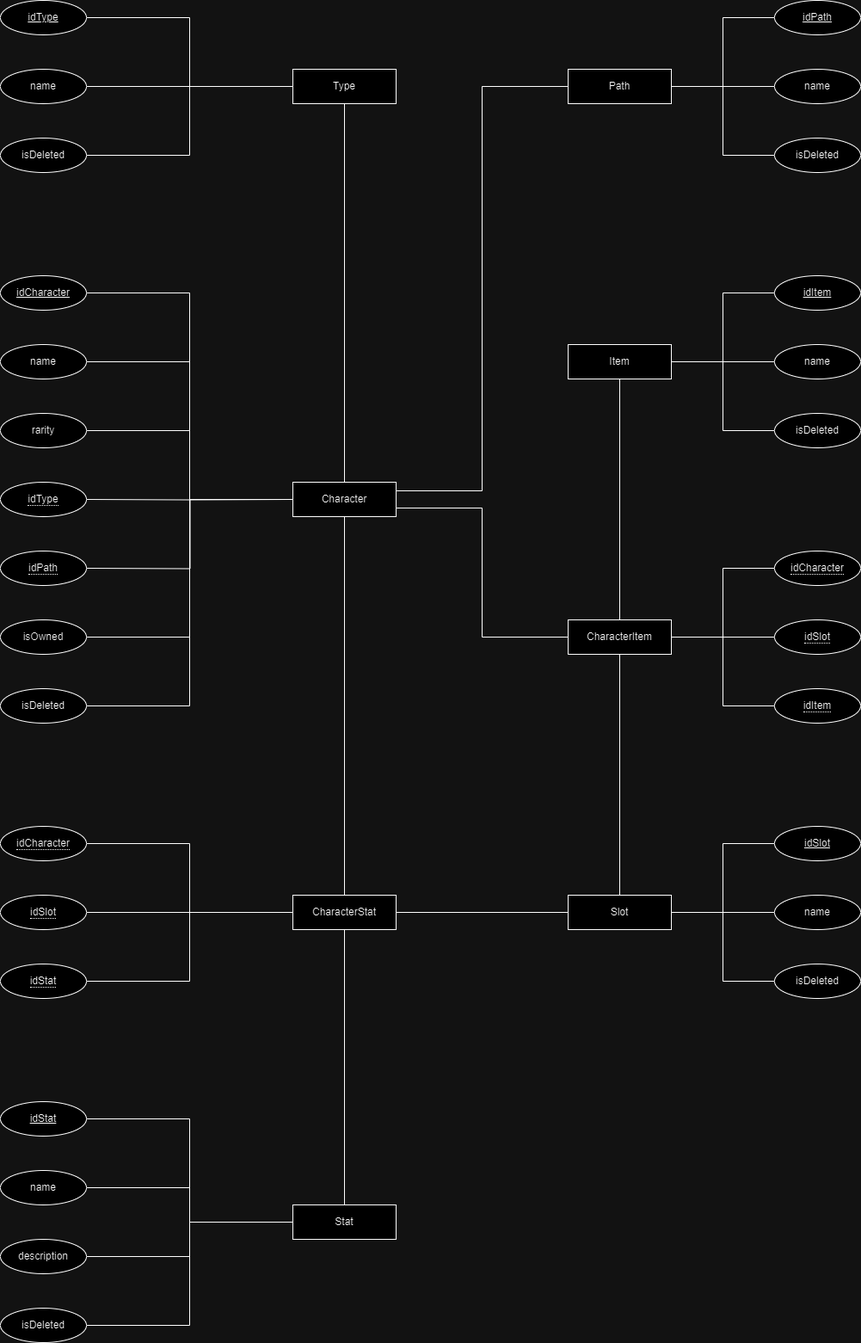
Above: HSRDB_ERDiagram.png in mabossanyi/HSRDB (draw.io), before the change. Source tidied: cells renumbered, new cells last; positions are measured from the earlier drawing's top-left corner, leaving out a move shared by most shapes.
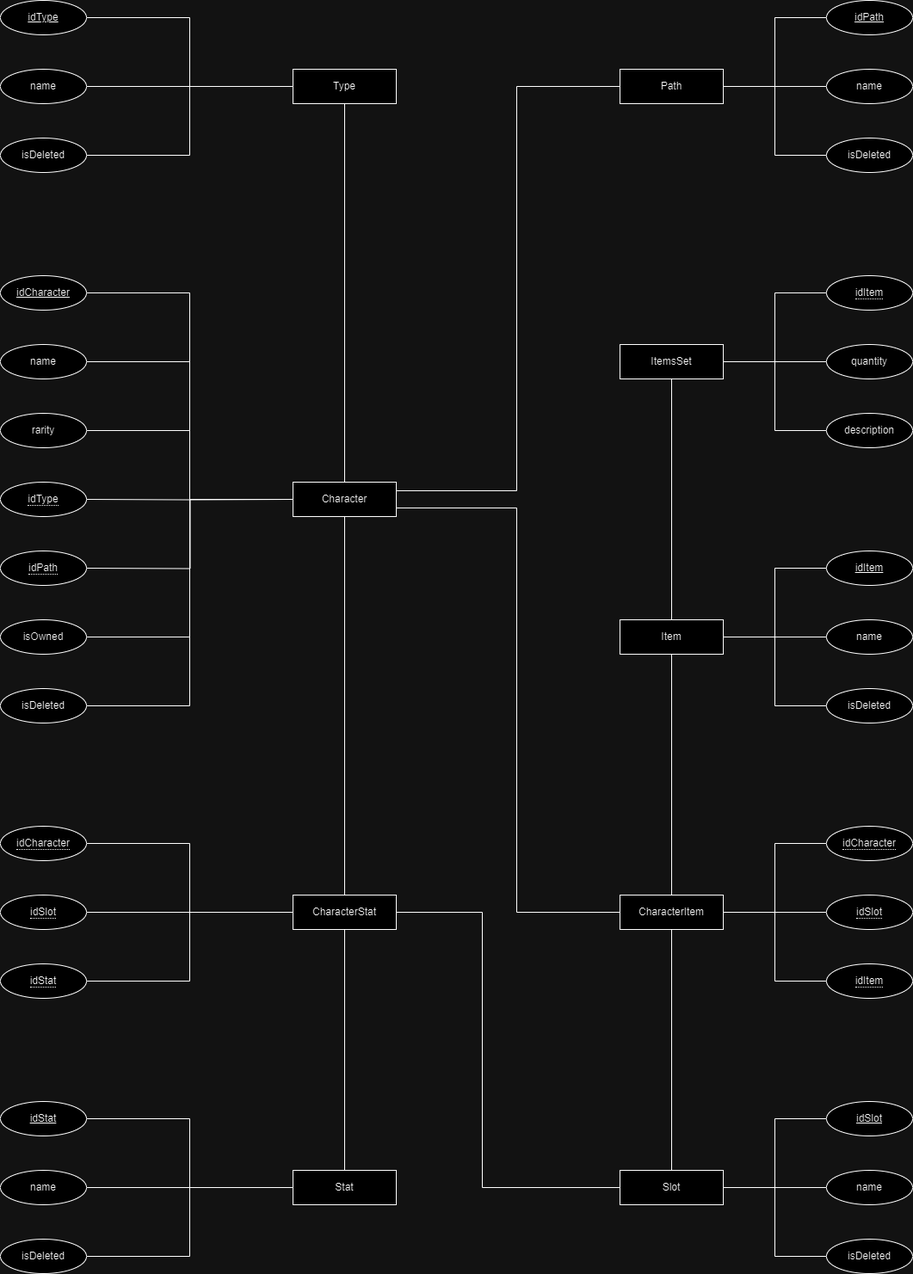
After the change.

Commit message:
Updated the files related to the ER diagram and Relational diagram for the database

The edit, as a diff of the source:
```diff
@@ -6,7 +6,12 @@
       <mxGeometry relative="1" as="geometry" />
     </mxCell>
     <mxCell id="3" style="edgeStyle=orthogonalEdgeStyle;rounded=0;jettySize=auto;html=1;exitX=1;exitY=0.75;exitDx=0;exitDy=0;entryX=0;entryY=0.5;entryDx=0;entryDy=0;endArrow=none;endFill=0;" parent="1" edge="1" source="4" target="67">
-      <mxGeometry relative="1" as="geometry" />
+      <mxGeometry relative="1" as="geometry">
+        <Array as="points">
+          <mxPoint x="600" y="590" />
+          <mxPoint x="600" y="1060" />
+        </Array>
+      </mxGeometry>
     </mxCell>
     <mxCell id="4" value="Character" style="whiteSpace=wrap;html=1;align=center;" parent="1" vertex="1">
       <mxGeometry x="340" y="560" width="120" height="40" as="geometry" />
@@ -76,25 +81,25 @@
     <mxCell id="23" style="edgeStyle=orthogonalEdgeStyle;rounded=0;jettySize=auto;html=1;exitX=0;exitY=0.5;exitDx=0;exitDy=0;entryX=1;entryY=0.25;entryDx=0;entryDy=0;endArrow=none;endFill=0;" parent="1" edge="1" source="24" target="4">
       <mxGeometry relative="1" as="geometry">
         <Array as="points">
-          <mxPoint x="560" y="100" />
-          <mxPoint x="560" y="570" />
+          <mxPoint x="600" y="100" />
+          <mxPoint x="600" y="570" />
         </Array>
       </mxGeometry>
     </mxCell>
     <mxCell id="24" value="Path" style="whiteSpace=wrap;html=1;align=center;" parent="1" vertex="1">
-      <mxGeometry x="660" y="80" width="120" height="40" as="geometry" />
+      <mxGeometry x="720" y="80" width="120" height="40" as="geometry" />
     </mxCell>
     <mxCell id="25" style="edgeStyle=orthogonalEdgeStyle;rounded=0;jettySize=auto;html=1;exitX=0;exitY=0.5;exitDx=0;exitDy=0;entryX=1;entryY=0.5;entryDx=0;entryDy=0;endArrow=none;endFill=0;" parent="1" edge="1" source="26" target="24">
       <mxGeometry relative="1" as="geometry" />
     </mxCell>
     <mxCell id="26" value="idPath" style="ellipse;whiteSpace=wrap;html=1;align=center;fontStyle=4;" parent="1" vertex="1">
-      <mxGeometry x="900" width="100" height="40" as="geometry" />
+      <mxGeometry x="960" width="100" height="40" as="geometry" />
     </mxCell>
     <mxCell id="27" style="edgeStyle=orthogonalEdgeStyle;rounded=0;jettySize=auto;html=1;exitX=0;exitY=0.5;exitDx=0;exitDy=0;entryX=1;entryY=0.5;entryDx=0;entryDy=0;endArrow=none;endFill=0;" parent="1" edge="1" source="28" target="24">
       <mxGeometry relative="1" as="geometry" />
     </mxCell>
     <mxCell id="28" value="name" style="ellipse;whiteSpace=wrap;html=1;align=center;" parent="1" vertex="1">
-      <mxGeometry x="900" y="80" width="100" height="40" as="geometry" />
+      <mxGeometry x="960" y="80" width="100" height="40" as="geometry" />
     </mxCell>
     <mxCell id="29" style="edgeStyle=orthogonalEdgeStyle;rounded=0;jettySize=auto;html=1;exitX=1;exitY=0.5;exitDx=0;exitDy=0;entryX=0;entryY=0.5;entryDx=0;entryDy=0;endArrow=none;endFill=0;" parent="1" edge="1" source="30" target="18">
       <mxGeometry relative="1" as="geometry" />
@@ -106,10 +111,10 @@
       <mxGeometry relative="1" as="geometry" />
     </mxCell>
     <mxCell id="32" value="isDeleted" style="ellipse;whiteSpace=wrap;html=1;align=center;" parent="1" vertex="1">
-      <mxGeometry x="900" y="160" width="100" height="40" as="geometry" />
+      <mxGeometry x="960" y="160" width="100" height="40" as="geometry" />
     </mxCell>
     <mxCell id="33" value="Stat" style="whiteSpace=wrap;html=1;align=center;" parent="1" vertex="1">
-      <mxGeometry x="340" y="1400" width="120" height="40" as="geometry" />
+      <mxGeometry x="340" y="1360" width="120" height="40" as="geometry" />
     </mxCell>
     <mxCell id="34" style="edgeStyle=orthogonalEdgeStyle;rounded=0;jettySize=auto;html=1;exitX=1;exitY=0.5;exitDx=0;exitDy=0;entryX=0;entryY=0.5;entryDx=0;entryDy=0;endArrow=none;endFill=0;" parent="1" edge="1" source="35" target="33">
       <mxGeometry relative="1" as="geometry" />
@@ -123,62 +128,64 @@
     <mxCell id="37" value="name" style="ellipse;whiteSpace=wrap;html=1;align=center;" parent="1" vertex="1">
       <mxGeometry y="1360" width="100" height="40" as="geometry" />
     </mxCell>
-    <mxCell id="38" style="edgeStyle=orthogonalEdgeStyle;rounded=0;jettySize=auto;html=1;exitX=1;exitY=0.5;exitDx=0;exitDy=0;entryX=0;entryY=0.5;entryDx=0;entryDy=0;endArrow=none;endFill=0;" parent="1" edge="1" source="39" target="33">
-      <mxGeometry relative="1" as="geometry" />
-    </mxCell>
-    <mxCell id="39" value="description" style="ellipse;whiteSpace=wrap;html=1;align=center;" parent="1" vertex="1">
-      <mxGeometry y="1440" width="100" height="40" as="geometry" />
-    </mxCell>
     <mxCell id="40" style="edgeStyle=orthogonalEdgeStyle;rounded=0;jettySize=auto;html=1;exitX=1;exitY=0.5;exitDx=0;exitDy=0;entryX=0;entryY=0.5;entryDx=0;entryDy=0;endArrow=none;endFill=0;" parent="1" edge="1" source="41" target="33">
       <mxGeometry relative="1" as="geometry" />
     </mxCell>
     <mxCell id="41" value="isDeleted" style="ellipse;whiteSpace=wrap;html=1;align=center;" parent="1" vertex="1">
-      <mxGeometry y="1520" width="100" height="40" as="geometry" />
+      <mxGeometry y="1440" width="100" height="40" as="geometry" />
     </mxCell>
     <mxCell id="42" value="Slot" style="whiteSpace=wrap;html=1;align=center;" parent="1" vertex="1">
-      <mxGeometry x="660" y="1040" width="120" height="40" as="geometry" />
+      <mxGeometry x="720" y="1360" width="120" height="40" as="geometry" />
     </mxCell>
     <mxCell id="43" style="edgeStyle=orthogonalEdgeStyle;rounded=0;jettySize=auto;html=1;exitX=0;exitY=0.5;exitDx=0;exitDy=0;entryX=1;entryY=0.5;entryDx=0;entryDy=0;endArrow=none;endFill=0;" parent="1" edge="1" source="44" target="42">
       <mxGeometry relative="1" as="geometry" />
     </mxCell>
     <mxCell id="44" value="idSlot" style="ellipse;whiteSpace=wrap;html=1;align=center;fontStyle=4;" parent="1" vertex="1">
-      <mxGeometry x="900" y="960" width="100" height="40" as="geometry" />
+      <mxGeometry x="960" y="1280" width="100" height="40" as="geometry" />
     </mxCell>
     <mxCell id="45" style="edgeStyle=orthogonalEdgeStyle;rounded=0;jettySize=auto;html=1;exitX=0;exitY=0.5;exitDx=0;exitDy=0;entryX=1;entryY=0.5;entryDx=0;entryDy=0;endArrow=none;endFill=0;" parent="1" edge="1" source="46" target="42">
       <mxGeometry relative="1" as="geometry" />
     </mxCell>
     <mxCell id="46" value="name" style="ellipse;whiteSpace=wrap;html=1;align=center;" parent="1" vertex="1">
-      <mxGeometry x="900" y="1040" width="100" height="40" as="geometry" />
+      <mxGeometry x="960" y="1360" width="100" height="40" as="geometry" />
     </mxCell>
     <mxCell id="47" style="edgeStyle=orthogonalEdgeStyle;rounded=0;jettySize=auto;html=1;exitX=0;exitY=0.5;exitDx=0;exitDy=0;entryX=1;entryY=0.5;entryDx=0;entryDy=0;endArrow=none;endFill=0;" parent="1" edge="1" source="48" target="42">
       <mxGeometry relative="1" as="geometry" />
     </mxCell>
     <mxCell id="48" value="isDeleted" style="ellipse;whiteSpace=wrap;html=1;align=center;" parent="1" vertex="1">
-      <mxGeometry x="900" y="1120" width="100" height="40" as="geometry" />
+      <mxGeometry x="960" y="1440" width="100" height="40" as="geometry" />
     </mxCell>
+    <mxCell id="76" style="edgeStyle=orthogonalEdgeStyle;rounded=0;jettySize=auto;html=1;exitX=0.5;exitY=0;exitDx=0;exitDy=0;entryX=0.5;entryY=1;entryDx=0;entryDy=0;endArrow=none;endFill=0;" parent="1" edge="1" source="49" target="77">
+      <mxGeometry relative="1" as="geometry" />
+    </mxCell>
     <mxCell id="49" value="Item" style="whiteSpace=wrap;html=1;align=center;" parent="1" vertex="1">
-      <mxGeometry x="660" y="400" width="120" height="40" as="geometry" />
+      <mxGeometry x="720" y="720" width="120" height="40" as="geometry" />
     </mxCell>
     <mxCell id="50" style="edgeStyle=orthogonalEdgeStyle;rounded=0;jettySize=auto;html=1;exitX=0;exitY=0.5;exitDx=0;exitDy=0;entryX=1;entryY=0.5;entryDx=0;entryDy=0;endArrow=none;endFill=0;" parent="1" edge="1" source="51" target="49">
       <mxGeometry relative="1" as="geometry" />
     </mxCell>
     <mxCell id="51" value="idItem" style="ellipse;whiteSpace=wrap;html=1;align=center;fontStyle=4;" parent="1" vertex="1">
-      <mxGeometry x="900" y="320" width="100" height="40" as="geometry" />
+      <mxGeometry x="960" y="640" width="100" height="40" as="geometry" />
     </mxCell>
     <mxCell id="52" style="edgeStyle=orthogonalEdgeStyle;rounded=0;jettySize=auto;html=1;exitX=0;exitY=0.5;exitDx=0;exitDy=0;entryX=1;entryY=0.5;entryDx=0;entryDy=0;endArrow=none;endFill=0;" parent="1" edge="1" source="53" target="49">
       <mxGeometry relative="1" as="geometry" />
     </mxCell>
     <mxCell id="53" value="name" style="ellipse;whiteSpace=wrap;html=1;align=center;" parent="1" vertex="1">
-      <mxGeometry x="900" y="400" width="100" height="40" as="geometry" />
+      <mxGeometry x="960" y="720" width="100" height="40" as="geometry" />
     </mxCell>
     <mxCell id="54" style="edgeStyle=orthogonalEdgeStyle;rounded=0;jettySize=auto;html=1;exitX=0;exitY=0.5;exitDx=0;exitDy=0;entryX=1;entryY=0.5;entryDx=0;entryDy=0;endArrow=none;endFill=0;" parent="1" edge="1" source="55" target="49">
       <mxGeometry relative="1" as="geometry" />
     </mxCell>
     <mxCell id="55" value="isDeleted" style="ellipse;whiteSpace=wrap;html=1;align=center;" parent="1" vertex="1">
-      <mxGeometry x="900" y="480" width="100" height="40" as="geometry" />
+      <mxGeometry x="960" y="800" width="100" height="40" as="geometry" />
     </mxCell>
     <mxCell id="56" style="edgeStyle=orthogonalEdgeStyle;rounded=0;jettySize=auto;html=1;exitX=1;exitY=0.5;exitDx=0;exitDy=0;entryX=0;entryY=0.5;entryDx=0;entryDy=0;endArrow=none;endFill=0;" parent="1" edge="1" source="58" target="42">
-      <mxGeometry relative="1" as="geometry" />
+      <mxGeometry relative="1" as="geometry">
+        <Array as="points">
+          <mxPoint x="560" y="1060" />
+          <mxPoint x="560" y="1380" />
+        </Array>
+      </mxGeometry>
     </mxCell>
     <mxCell id="57" style="edgeStyle=orthogonalEdgeStyle;rounded=0;jettySize=auto;html=1;exitX=0.5;exitY=1;exitDx=0;exitDy=0;entryX=0.5;entryY=0;entryDx=0;entryDy=0;endArrow=none;endFill=0;" parent="1" edge="1" source="58" target="33">
       <mxGeometry relative="1" as="geometry" />
@@ -211,25 +218,25 @@
       <mxGeometry relative="1" as="geometry" />
     </mxCell>
     <mxCell id="67" value="CharacterItem" style="whiteSpace=wrap;html=1;align=center;" parent="1" vertex="1">
-      <mxGeometry x="660" y="720" width="120" height="40" as="geometry" />
+      <mxGeometry x="720" y="1040" width="120" height="40" as="geometry" />
     </mxCell>
     <mxCell id="68" style="edgeStyle=orthogonalEdgeStyle;rounded=0;jettySize=auto;html=1;exitX=0;exitY=0.5;exitDx=0;exitDy=0;entryX=1;entryY=0.5;entryDx=0;entryDy=0;endArrow=none;endFill=0;" parent="1" edge="1" source="69" target="67">
       <mxGeometry relative="1" as="geometry" />
     </mxCell>
     <mxCell id="69" value="&lt;span style=&quot;border-bottom: 1px dotted&quot;&gt;idSlot&lt;/span&gt;" style="ellipse;whiteSpace=wrap;html=1;align=center;" parent="1" vertex="1">
-      <mxGeometry x="900" y="720" width="100" height="40" as="geometry" />
+      <mxGeometry x="960" y="1040" width="100" height="40" as="geometry" />
     </mxCell>
     <mxCell id="70" style="edgeStyle=orthogonalEdgeStyle;rounded=0;jettySize=auto;html=1;exitX=0;exitY=0.5;exitDx=0;exitDy=0;entryX=1;entryY=0.5;entryDx=0;entryDy=0;endArrow=none;endFill=0;" parent="1" edge="1" source="71" target="67">
       <mxGeometry relative="1" as="geometry" />
     </mxCell>
     <mxCell id="71" value="&lt;span style=&quot;border-bottom: 1px dotted&quot;&gt;idItem&lt;/span&gt;" style="ellipse;whiteSpace=wrap;html=1;align=center;" parent="1" vertex="1">
-      <mxGeometry x="900" y="800" width="100" height="40" as="geometry" />
+      <mxGeometry x="960" y="1120" width="100" height="40" as="geometry" />
     </mxCell>
     <mxCell id="72" style="edgeStyle=orthogonalEdgeStyle;rounded=0;jettySize=auto;html=1;exitX=0;exitY=0.5;exitDx=0;exitDy=0;entryX=1;entryY=0.5;entryDx=0;entryDy=0;endArrow=none;endFill=0;" parent="1" edge="1" source="73" target="67">
       <mxGeometry relative="1" as="geometry" />
     </mxCell>
     <mxCell id="73" value="&lt;span style=&quot;border-bottom: 1px dotted&quot;&gt;idCharacter&lt;/span&gt;" style="ellipse;whiteSpace=wrap;html=1;align=center;" parent="1" vertex="1">
-      <mxGeometry x="900" y="640" width="100" height="40" as="geometry" />
+      <mxGeometry x="960" y="960" width="100" height="40" as="geometry" />
     </mxCell>
     <mxCell id="74" value="&lt;span style=&quot;border-bottom: 1px dotted&quot;&gt;idType&lt;/span&gt;" style="ellipse;whiteSpace=wrap;html=1;align=center;" parent="1" vertex="1">
       <mxGeometry y="560" width="100" height="40" as="geometry" />
@@ -237,5 +244,26 @@
     <mxCell id="75" value="&lt;span style=&quot;border-bottom: 1px dotted&quot;&gt;idPath&lt;/span&gt;" style="ellipse;whiteSpace=wrap;html=1;align=center;" parent="1" vertex="1">
       <mxGeometry y="640" width="100" height="40" as="geometry" />
     </mxCell>
+    <mxCell id="77" value="ItemsSet" style="whiteSpace=wrap;html=1;align=center;" parent="1" vertex="1">
+      <mxGeometry x="720" y="400" width="120" height="40" as="geometry" />
+    </mxCell>
+    <mxCell id="78" style="edgeStyle=orthogonalEdgeStyle;rounded=0;jettySize=auto;html=1;exitX=0;exitY=0.5;exitDx=0;exitDy=0;entryX=1;entryY=0.5;entryDx=0;entryDy=0;endArrow=none;endFill=0;" parent="1" edge="1" source="79" target="77">
+      <mxGeometry relative="1" as="geometry" />
+    </mxCell>
+    <mxCell id="79" value="&lt;span style=&quot;border-bottom: 1px dotted&quot;&gt;idItem&lt;/span&gt;" style="ellipse;whiteSpace=wrap;html=1;align=center;" parent="1" vertex="1">
+      <mxGeometry x="960" y="320" width="100" height="40" as="geometry" />
+    </mxCell>
+    <mxCell id="80" style="edgeStyle=orthogonalEdgeStyle;rounded=0;jettySize=auto;html=1;exitX=0;exitY=0.5;exitDx=0;exitDy=0;entryX=1;entryY=0.5;entryDx=0;entryDy=0;endArrow=none;endFill=0;" parent="1" edge="1" source="81" target="77">
+      <mxGeometry relative="1" as="geometry" />
+    </mxCell>
+    <mxCell id="81" value="quantity" style="ellipse;whiteSpace=wrap;html=1;align=center;" parent="1" vertex="1">
+      <mxGeometry x="960" y="400" width="100" height="40" as="geometry" />
+    </mxCell>
+    <mxCell id="82" style="edgeStyle=orthogonalEdgeStyle;rounded=0;jettySize=auto;html=1;exitX=0;exitY=0.5;exitDx=0;exitDy=0;entryX=1;entryY=0.5;entryDx=0;entryDy=0;endArrow=none;endFill=0;" parent="1" edge="1" source="39" target="77">
+      <mxGeometry relative="1" as="geometry" />
+    </mxCell>
+    <mxCell id="39" value="description" style="ellipse;whiteSpace=wrap;html=1;align=center;" parent="1" vertex="1">
+      <mxGeometry x="960" y="480" width="100" height="40" as="geometry" />
+    </mxCell>
   </root>
 </mxGraphModel>
```
